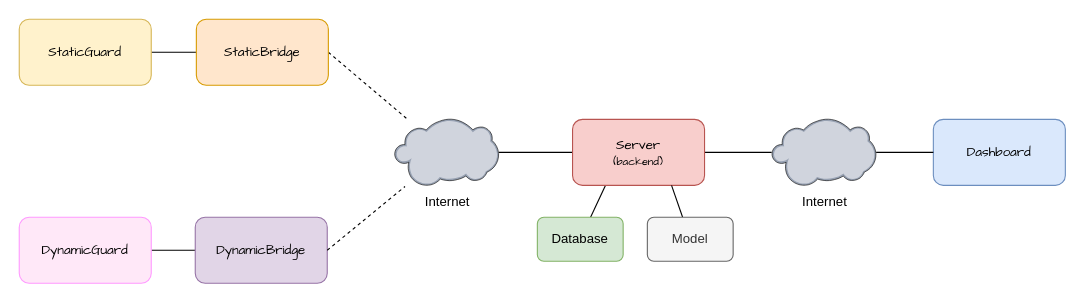
The draw.io diagram doc/diagrams/paveguard.drawio in nricciardi/pave-guard, before the edit. Source tidied: cells renumbered, new cells numbered last; positions are measured from the earlier drawing's top-left corner, leaving out a move shared by most shapes. Both pictures are drawn from the tidied source at 110%, with x=0, y=0 at pixel (19, 19).
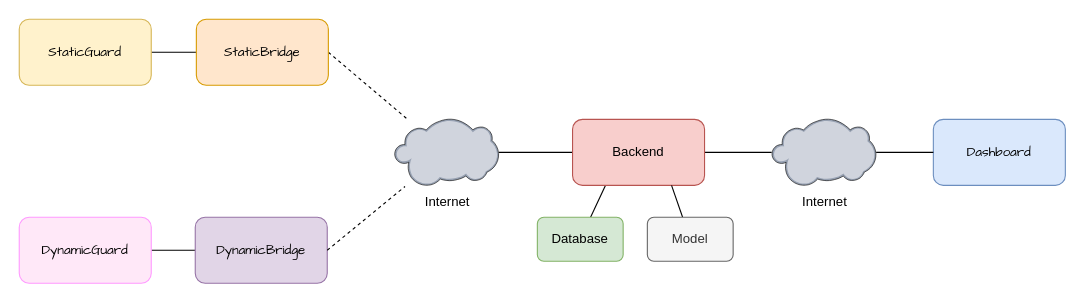
After the change.

What changed in the source:
```diff
@@
-    <mxCell id="9" value="&lt;div&gt;&lt;font face=&quot;Comic Sans MS&quot;&gt;Server&lt;/font&gt;&lt;/div&gt;&lt;div&gt;&lt;font style=&quot;font-size: 10px;&quot; face=&quot;Comic Sans MS&quot;&gt;(backend)&lt;br&gt;&lt;/font&gt;&lt;/div&gt;" style="rounded=1;whiteSpace=wrap;html=1;fillColor=#f8cecc;strokeColor=#b85450;" parent="1" vertex="1">
+    <mxCell id="9" value="Backend" style="rounded=1;whiteSpace=wrap;html=1;fillColor=#f8cecc;strokeColor=#b85450;" parent="1" vertex="1">
       <mxGeometry x="503" y="91" width="120" height="60" as="geometry" />
     </mxCell>
```
